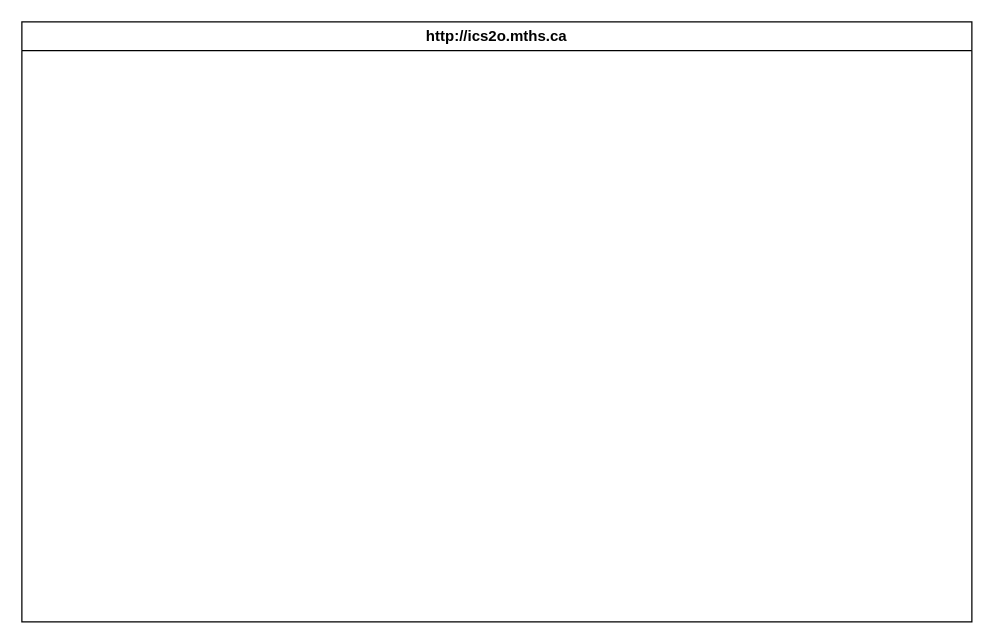
This is design/storyboard.drawio from MTHS-ICS2O-2-2022/ics2o---unit-5-05-austin-scavone, a draw.io file, before an edit. Source tidied: cells renumbered, new cells numbered last; positions are measured from the earlier drawing's top-left corner, leaving out a move shared by most shapes. Both pictures are drawn from the tidied source at 125%, with x=0, y=0 at pixel (21, 21). Pictures stored in the file or linked from it are replaced by grey dashed boxes.
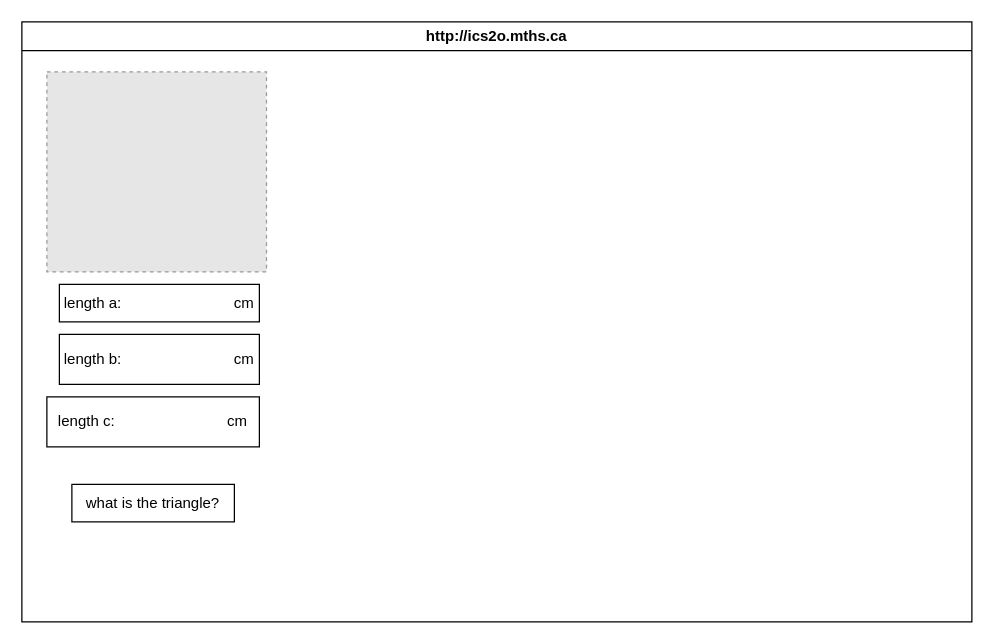
The same diagram, later.

The edit, as a diff of the source:
```diff
@@
 <mxGraphModel>
   <root>
     <mxCell id="0" />
     <mxCell id="1" parent="0" />
     <mxCell id="2" value="http://ics2o.mths.ca" style="swimlane;whiteSpace=wrap;html=1;" parent="1" vertex="1">
       <mxGeometry width="760" height="480" as="geometry" />
     </mxCell>
+    <mxCell id="3" style="fillColor=#E6E6E6;strokeColor=#999999;dashed=1;verticalLabelPosition=bottom;labelBackgroundColor=default;verticalAlign=top;" parent="2" vertex="1">
+      <mxGeometry x="20" y="40" width="175.7" height="160" as="geometry" />
+    </mxCell>
+    <mxCell id="4" value="length a:&amp;nbsp; &amp;nbsp; &amp;nbsp; &amp;nbsp; &amp;nbsp; &amp;nbsp; &amp;nbsp; &amp;nbsp; &amp;nbsp; &amp;nbsp; &amp;nbsp; &amp;nbsp; &amp;nbsp; &amp;nbsp;cm" style="whiteSpace=wrap;html=1;" parent="2" vertex="1">
+      <mxGeometry x="30" y="210" width="160" height="30" as="geometry" />
+    </mxCell>
+    <mxCell id="5" value="length b:&amp;nbsp; &amp;nbsp; &amp;nbsp; &amp;nbsp; &amp;nbsp; &amp;nbsp; &amp;nbsp; &amp;nbsp; &amp;nbsp; &amp;nbsp; &amp;nbsp; &amp;nbsp; &amp;nbsp; &amp;nbsp;cm" style="whiteSpace=wrap;html=1;" parent="2" vertex="1">
+      <mxGeometry x="30" y="250" width="160" height="40" as="geometry" />
+    </mxCell>
+    <mxCell id="6" value="length c:&amp;nbsp; &amp;nbsp; &amp;nbsp; &amp;nbsp; &amp;nbsp; &amp;nbsp; &amp;nbsp; &amp;nbsp; &amp;nbsp; &amp;nbsp; &amp;nbsp; &amp;nbsp; &amp;nbsp; &amp;nbsp;cm" style="whiteSpace=wrap;html=1;" parent="2" vertex="1">
+      <mxGeometry x="20" y="300" width="170" height="40" as="geometry" />
+    </mxCell>
+    <mxCell id="7" value="what is the triangle?" style="whiteSpace=wrap;html=1;" parent="1" vertex="1">
+      <mxGeometry x="40" y="370" width="130" height="30" as="geometry" />
+    </mxCell>
   </root>
 </mxGraphModel>
```
